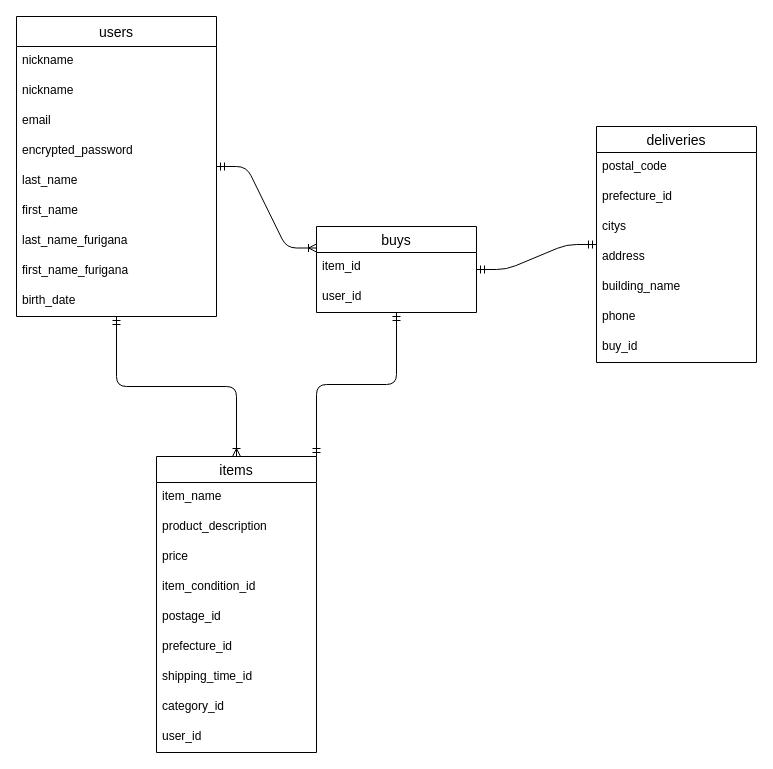
Above: furima.dio in MaaaaaaaSa/furima-37961 (draw.io), before the change. Source tidied: cells renumbered, new cells numbered last; positions are measured from the earlier drawing's top-left corner, leaving out a move shared by most shapes. Both pictures are drawn from the tidied source at 100%, with x=0, y=0 at pixel (16, 16).
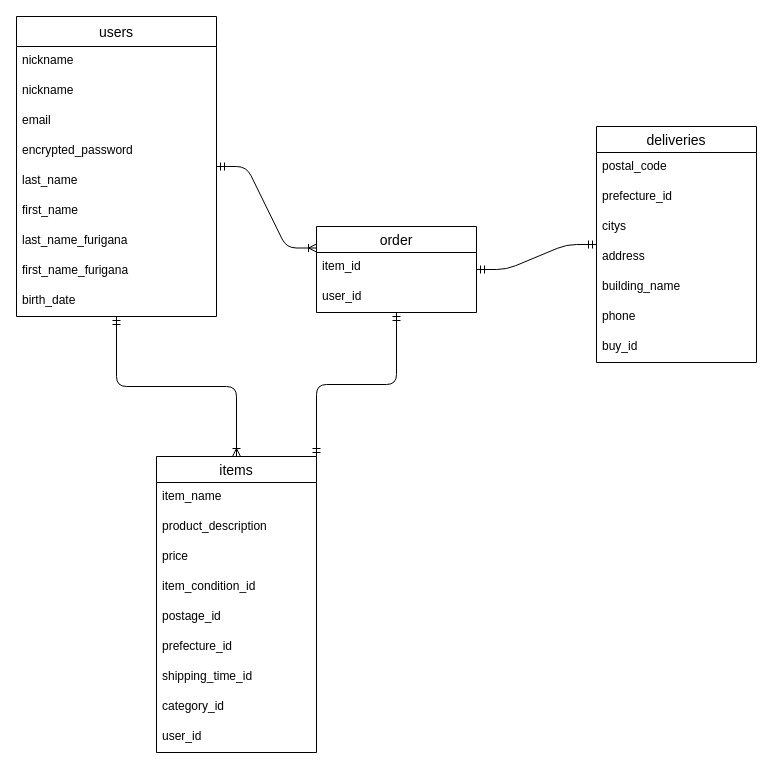
After the change.

Change to the diagram source:
```diff
@@
-    <mxCell id="30" value="buys" style="swimlane;fontStyle=0;horizontal=1;startSize=26;align=center;fontSize=14;" parent="1" vertex="1">
+    <mxCell id="30" value="order" style="swimlane;fontStyle=0;horizontal=1;startSize=26;align=center;fontSize=14;" parent="1" vertex="1">
       <mxGeometry x="300" y="210" width="160" height="86" as="geometry" />
     </mxCell>
```
